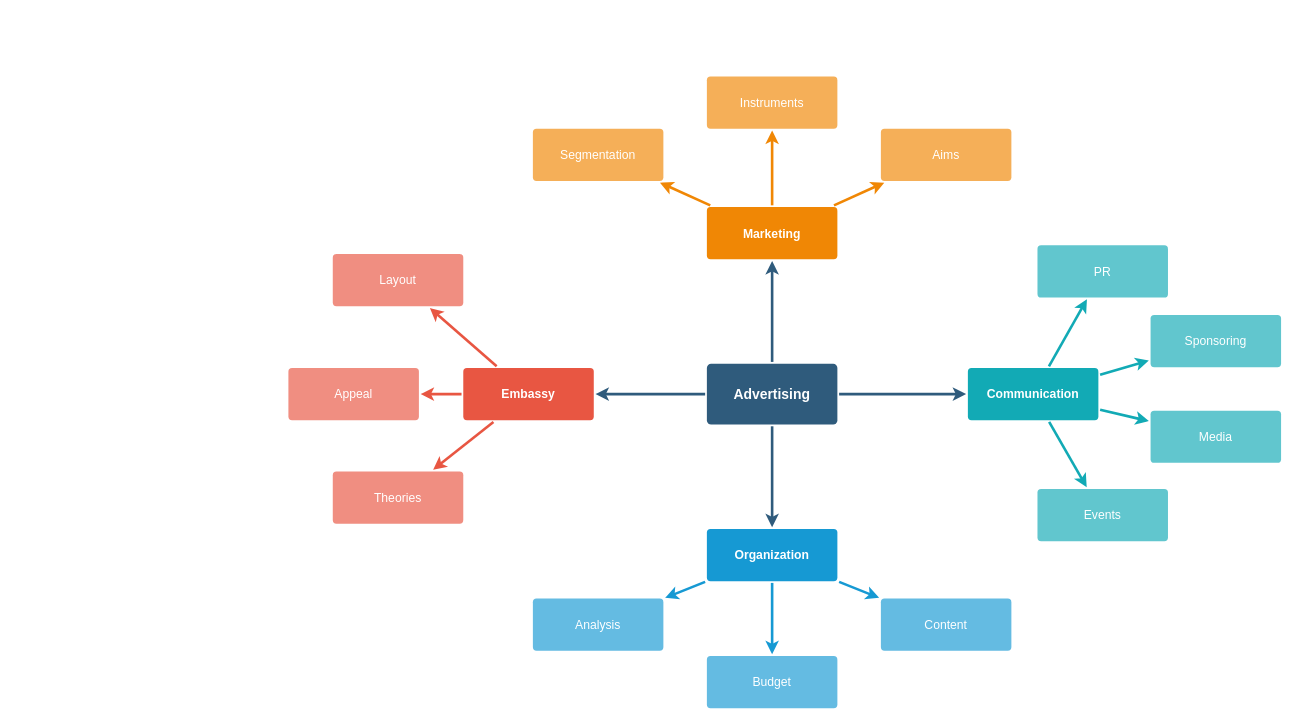
Earlier version of the draw.io diagram mind_map.drawio (jjunbass89/Paper). Source tidied: cells renumbered, new cells numbered last; positions are measured from the earlier drawing's top-left corner, leaving out a move shared by most shapes. Both pictures are drawn from the tidied source at 87%, with x=0, y=0 at pixel (288, 76).
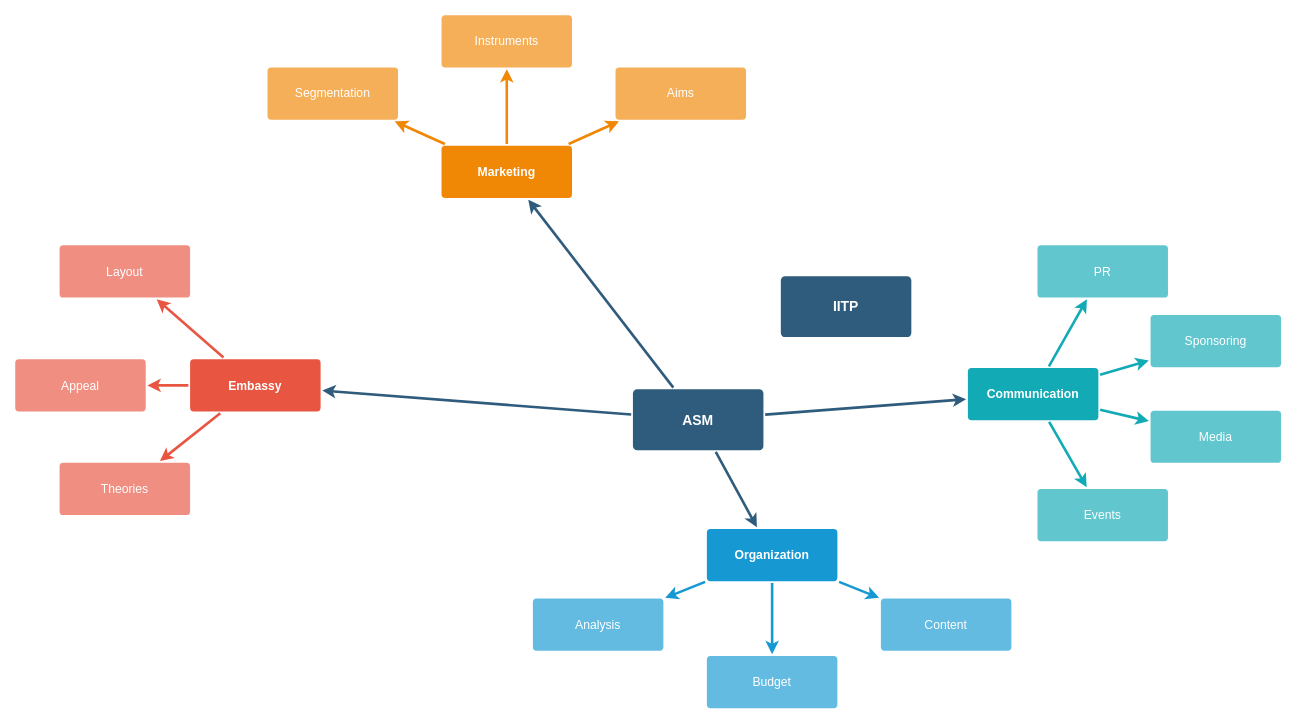
Above is the later version.

The edit, as a diff of the source:
```diff
@@
-    <mxCell id="6" value="Advertising" style="rounded=1;whiteSpace=wrap;html=1;shadow=0;labelBackgroundColor=none;strokeColor=none;strokeWidth=3;fillColor=#2F5B7C;fontFamily=Helvetica;fontSize=16;fontColor=#FFFFFF;align=center;fontStyle=1;spacing=5;arcSize=7;perimeterSpacing=2;" parent="1" vertex="1">
-      <mxGeometry x="481" y="330.5" width="150" height="70" as="geometry" />
+    <mxCell id="6" value="ASM" style="rounded=1;whiteSpace=wrap;html=1;shadow=0;labelBackgroundColor=none;strokeColor=none;strokeWidth=3;fillColor=#2F5B7C;fontFamily=Helvetica;fontSize=16;fontColor=#FFFFFF;align=center;fontStyle=1;spacing=5;arcSize=7;perimeterSpacing=2;" parent="1" vertex="1">
+      <mxGeometry x="396" y="360" width="150" height="70" as="geometry" />
     </mxCell>
@@
     <mxCell id="10" value="Embassy" style="rounded=1;whiteSpace=wrap;html=1;shadow=0;labelBackgroundColor=none;strokeColor=none;strokeWidth=3;fillColor=#e85642;fontFamily=Helvetica;fontSize=14;fontColor=#FFFFFF;align=center;spacing=5;fontStyle=1;arcSize=7;perimeterSpacing=2;" parent="1" vertex="1">
-      <mxGeometry x="201" y="335.5" width="150" height="60" as="geometry" />
+      <mxGeometry x="-113" y="325.5" width="150" height="60" as="geometry" />
     </mxCell>
     <mxCell id="11" value="Theories" style="rounded=1;whiteSpace=wrap;html=1;shadow=0;labelBackgroundColor=none;strokeColor=none;strokeWidth=3;fillColor=#f08e81;fontFamily=Helvetica;fontSize=14;fontColor=#FFFFFF;align=center;spacing=5;fontStyle=0;arcSize=7;perimeterSpacing=2;" parent="1" vertex="1">
-      <mxGeometry x="51" y="454.5" width="150" height="60" as="geometry" />
+      <mxGeometry x="-263" y="444.5" width="150" height="60" as="geometry" />
     </mxCell>
     <mxCell id="12" value="Appeal" style="rounded=1;whiteSpace=wrap;html=1;shadow=0;labelBackgroundColor=none;strokeColor=none;strokeWidth=3;fillColor=#f08e81;fontFamily=Helvetica;fontSize=14;fontColor=#FFFFFF;align=center;spacing=5;fontStyle=0;arcSize=7;perimeterSpacing=2;" parent="1" vertex="1">
-      <mxGeometry y="335.5" width="150" height="60" as="geometry" />
+      <mxGeometry x="-314" y="325.5" width="150" height="60" as="geometry" />
     </mxCell>
     <mxCell id="13" value="Layout" style="rounded=1;whiteSpace=wrap;html=1;shadow=0;labelBackgroundColor=none;strokeColor=none;strokeWidth=3;fillColor=#f08e81;fontFamily=Helvetica;fontSize=14;fontColor=#FFFFFF;align=center;spacing=5;fontStyle=0;arcSize=7;perimeterSpacing=2;" parent="1" vertex="1">
-      <mxGeometry x="51" y="204.5" width="150" height="60" as="geometry" />
+      <mxGeometry x="-263" y="194.5" width="150" height="60" as="geometry" />
     </mxCell>
@@
     <mxCell id="21" value="Marketing" style="rounded=1;whiteSpace=wrap;html=1;shadow=0;labelBackgroundColor=none;strokeColor=none;strokeWidth=3;fillColor=#F08705;fontFamily=Helvetica;fontSize=14;fontColor=#FFFFFF;align=center;spacing=5;fontStyle=1;arcSize=7;perimeterSpacing=2;" parent="1" vertex="1">
-      <mxGeometry x="481" y="150.5" width="150" height="60" as="geometry" />
+      <mxGeometry x="176" y="80" width="150" height="60" as="geometry" />
     </mxCell>
     <mxCell id="22" value="Aims&lt;br&gt;" style="rounded=1;whiteSpace=wrap;html=1;shadow=0;labelBackgroundColor=none;strokeColor=none;strokeWidth=3;fillColor=#f5af58;fontFamily=Helvetica;fontSize=14;fontColor=#FFFFFF;align=center;spacing=5;arcSize=7;perimeterSpacing=2;" parent="1" vertex="1">
-      <mxGeometry x="681" y="60.5" width="150" height="60" as="geometry" />
+      <mxGeometry x="376" y="-10" width="150" height="60" as="geometry" />
     </mxCell>
@@
     <mxCell id="24" value="Instruments" style="rounded=1;whiteSpace=wrap;html=1;shadow=0;labelBackgroundColor=none;strokeColor=none;strokeWidth=3;fillColor=#f5af58;fontFamily=Helvetica;fontSize=14;fontColor=#FFFFFF;align=center;spacing=5;arcSize=7;perimeterSpacing=2;" parent="1" vertex="1">
-      <mxGeometry x="481" y="0.5" width="150" height="60" as="geometry" />
+      <mxGeometry x="176" y="-70" width="150" height="60" as="geometry" />
     </mxCell>
@@
     <mxCell id="26" value="Segmentation" style="rounded=1;whiteSpace=wrap;html=1;shadow=0;labelBackgroundColor=none;strokeColor=none;strokeWidth=3;fillColor=#f5af58;fontFamily=Helvetica;fontSize=14;fontColor=#FFFFFF;align=center;spacing=5;arcSize=7;perimeterSpacing=2;" parent="1" vertex="1">
-      <mxGeometry x="281" y="60.5" width="150" height="60" as="geometry" />
+      <mxGeometry x="-24" y="-10" width="150" height="60" as="geometry" />
     </mxCell>
@@
+    <mxCell id="37" value="IITP" style="rounded=1;whiteSpace=wrap;html=1;shadow=0;labelBackgroundColor=none;strokeColor=none;strokeWidth=3;fillColor=#2F5B7C;fontFamily=Helvetica;fontSize=16;fontColor=#FFFFFF;align=center;fontStyle=1;spacing=5;arcSize=7;perimeterSpacing=2;" parent="1" vertex="1">
+      <mxGeometry x="566" y="230" width="150" height="70" as="geometry" />
+    </mxCell>
```
